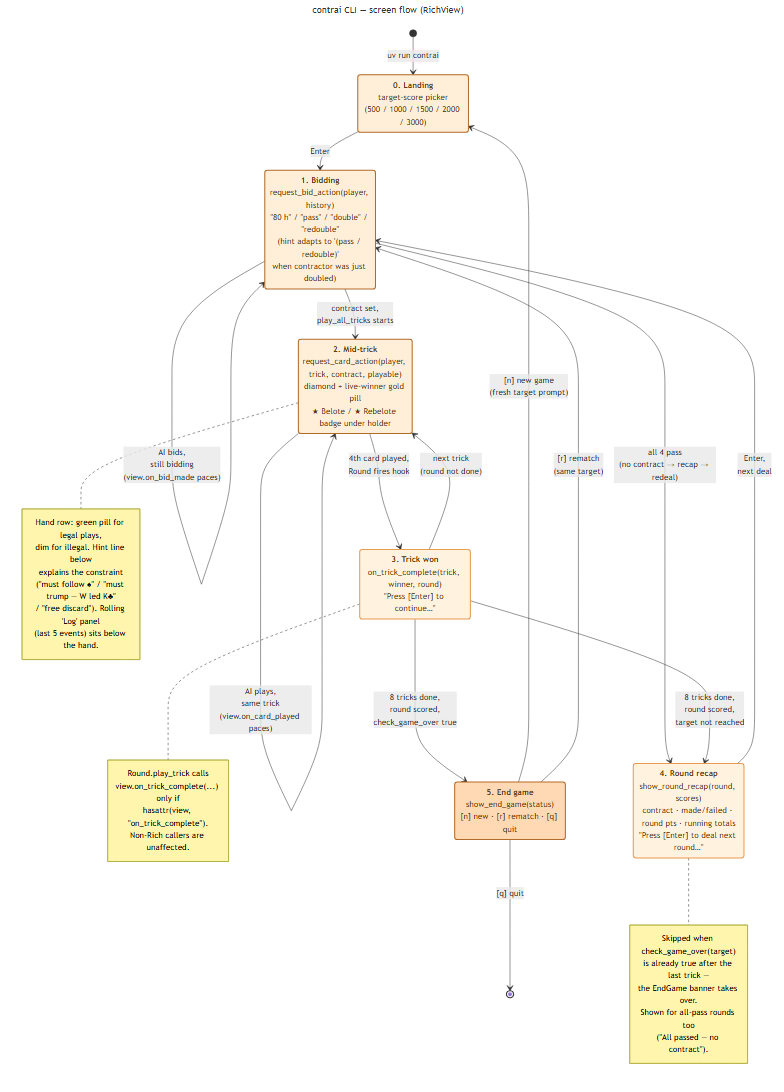
Before: docs/diagrams/state_cli_screens.png, a diagram exported from Mermaid (valmathieu/ContrAI). Its source is kept beside it as docs/diagrams/state_cli_screens.mmd. The source it was exported from:
```mermaid
---
title: contrai CLI — screen flow (RichView)
---
stateDiagram-v2
    direction TB

    [*] --> Landing : uv run contrai

    Landing : <b>0. Landing</b><br/>target-score picker<br/>(500 / 1000 / 1500 / 2000 / 3000)
    Bidding : <b>1. Bidding</b><br/>request_bid_action(player, history)<br/>"80 h" / "pass" / "double" / "redouble"<br/>(hint adapts to '(pass / redouble)'<br/>when contractor was just doubled)
    MidTrick : <b>2. Mid-trick</b><br/>request_card_action(player, trick, contract, playable)<br/>diamond + live-winner gold pill<br/>★ Belote / ★ Rebelote badge under holder
    TrickWon : <b>3. Trick won</b><br/>on_trick_complete(trick, winner, round)<br/>"Press [Enter] to continue…"
    RoundRecap : <b>4. Round recap</b><br/>show_round_recap(round, scores)<br/>contract · made/failed · round pts · running totals<br/>"Press [Enter] to deal next round…"
    EndGame : <b>5. End game</b><br/>show_end_game(status)<br/>[n] new · [r] rematch · [q] quit

    Landing --> Bidding : Enter
    Bidding --> Bidding : AI bids,<br/>still bidding<br/>(view.on_bid_made paces)
    Bidding --> RoundRecap : all 4 pass<br/>(no contract → recap → redeal)
    Bidding --> MidTrick : contract set,<br/>play_all_tricks starts
    MidTrick --> MidTrick : AI plays,<br/>same trick<br/>(view.on_card_played paces)
    MidTrick --> TrickWon : 4th card played,<br/>Round fires hook
    TrickWon --> MidTrick : next trick<br/>(round not done)
    TrickWon --> RoundRecap : 8 tricks done,<br/>round scored,<br/>target not reached
    TrickWon --> EndGame : 8 tricks done,<br/>round scored,<br/>check_game_over true
    RoundRecap --> Bidding : Enter,<br/>next deal

    EndGame --> Landing : [n] new game<br/>(fresh target prompt)
    EndGame --> Bidding : [r] rematch<br/>(same target)
    EndGame --> [*] : [q] quit

    note right of MidTrick
        Hand row: green pill for legal plays,
        dim for illegal. Hint line below
        explains the constraint
        ("must follow ♠" / "must trump — W led K♣"
        / "free discard"). Rolling 'Log' panel
        (last 5 events) sits below the hand.
    end note

    note right of TrickWon
        Round.play_trick calls
        view.on_trick_complete(...) only if
        hasattr(view, "on_trick_complete").
        Non-Rich callers are unaffected.
    end note

    note right of RoundRecap
        Skipped when check_game_over(target)
        is already true after the last trick —
        the EndGame banner takes over.
        Shown for all-pass rounds too
        ("All passed — no contract").
    end note

    classDef screen0 fill:#FFEFD9,stroke:#B26A28,stroke-width:2px,color:#5C3A14;
    classDef screen1 fill:#FFEFD9,stroke:#B26A28,stroke-width:2px,color:#5C3A14;
    classDef screen2 fill:#FFEFD9,stroke:#B26A28,stroke-width:2px,color:#5C3A14;
    classDef screen3 fill:#FFF3E0,stroke:#E89A4F,stroke-width:2px,color:#5C3A14;
    classDef screen4 fill:#FFF3E0,stroke:#E89A4F,stroke-width:2px,color:#5C3A14;
    classDef screen5 fill:#FFD9B3,stroke:#B26A28,stroke-width:2px,color:#5C3A14;

    class Landing screen0
    class Bidding screen1
    class MidTrick screen2
    class TrickWon screen3
    class RoundRecap screen4
    class EndGame screen5
```
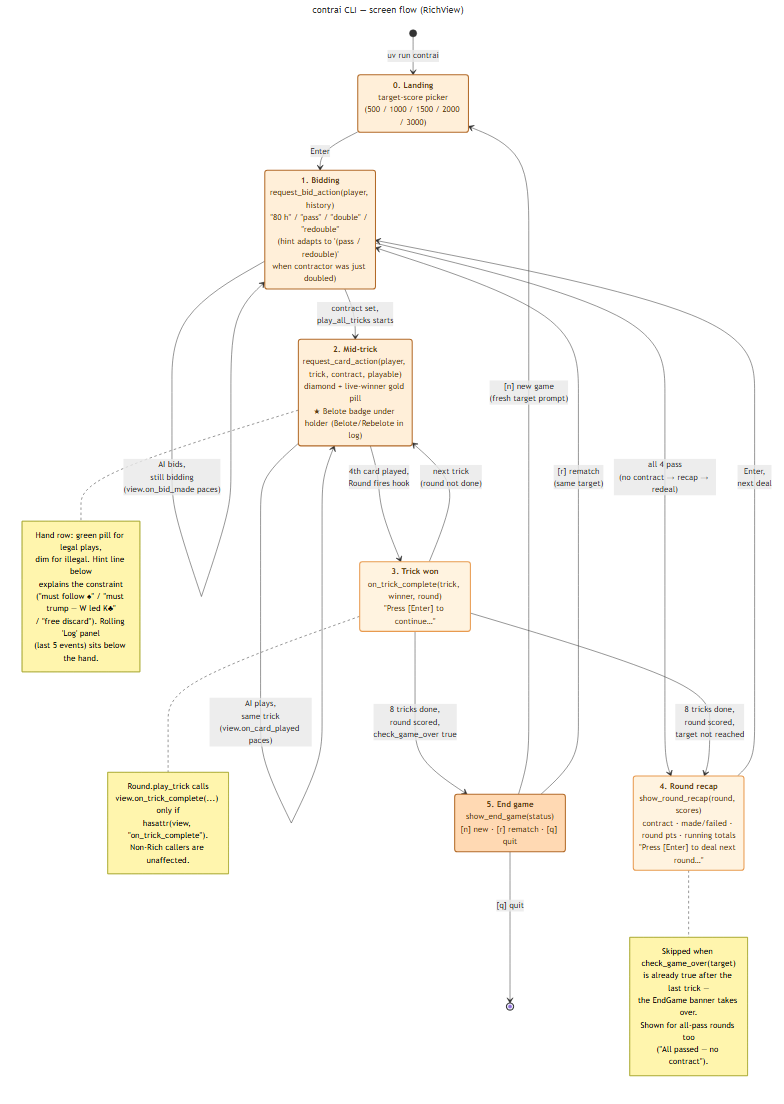
Later version of the same file.

Commit message:
fix(engine): unify belote/rebelote seat badge to '★ Belote'

Change to the diagram source:
```diff
@@ -8,7 +8,7 @@
 
     Landing : <b>0. Landing</b><br/>target-score picker<br/>(500 / 1000 / 1500 / 2000 / 3000)
     Bidding : <b>1. Bidding</b><br/>request_bid_action(player, history)<br/>"80 h" / "pass" / "double" / "redouble"<br/>(hint adapts to '(pass / redouble)'<br/>when contractor was just doubled)
-    MidTrick : <b>2. Mid-trick</b><br/>request_card_action(player, trick, contract, playable)<br/>diamond + live-winner gold pill<br/>★ Belote / ★ Rebelote badge under holder
+    MidTrick : <b>2. Mid-trick</b><br/>request_card_action(player, trick, contract, playable)<br/>diamond + live-winner gold pill<br/>★ Belote badge under holder (Belote/Rebelote in log)
     TrickWon : <b>3. Trick won</b><br/>on_trick_complete(trick, winner, round)<br/>"Press [Enter] to continue…"
     RoundRecap : <b>4. Round recap</b><br/>show_round_recap(round, scores)<br/>contract · made/failed · round pts · running totals<br/>"Press [Enter] to deal next round…"
     EndGame : <b>5. End game</b><br/>show_end_game(status)<br/>[n] new · [r] rematch · [q] quit
```
